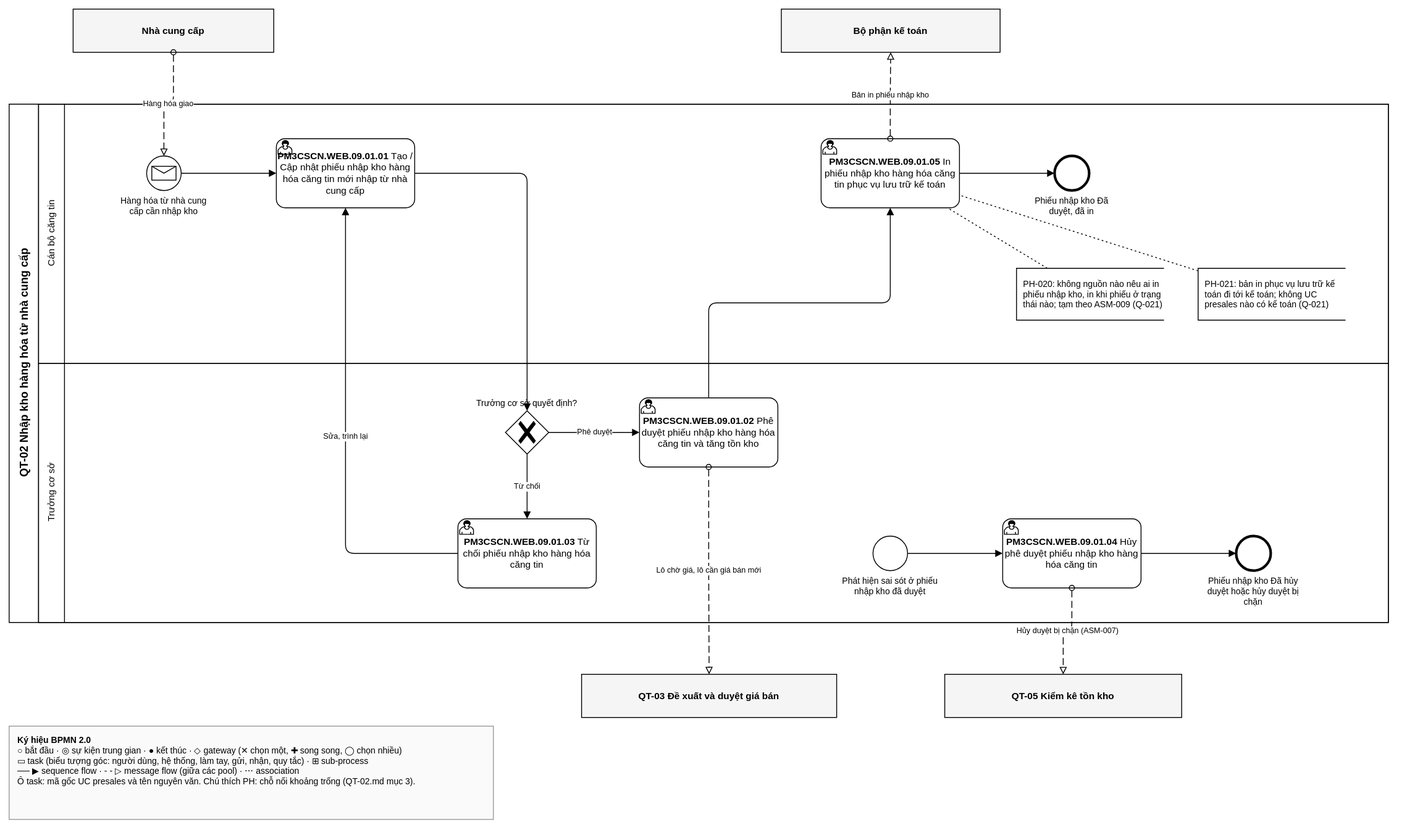
phongnq12/StudyPM3 keeps this draw.io diagram as 1-ba-init/0-dau-vao/ban-do-quy-trinh/cap-2/QT-02-nhap-kho/QT-02.drawio.svg. Above is the earlier version. Source tidied: cells renumbered, new cells last; positions are measured from the earlier drawing's top-left corner, leaving out a move shared by most shapes.
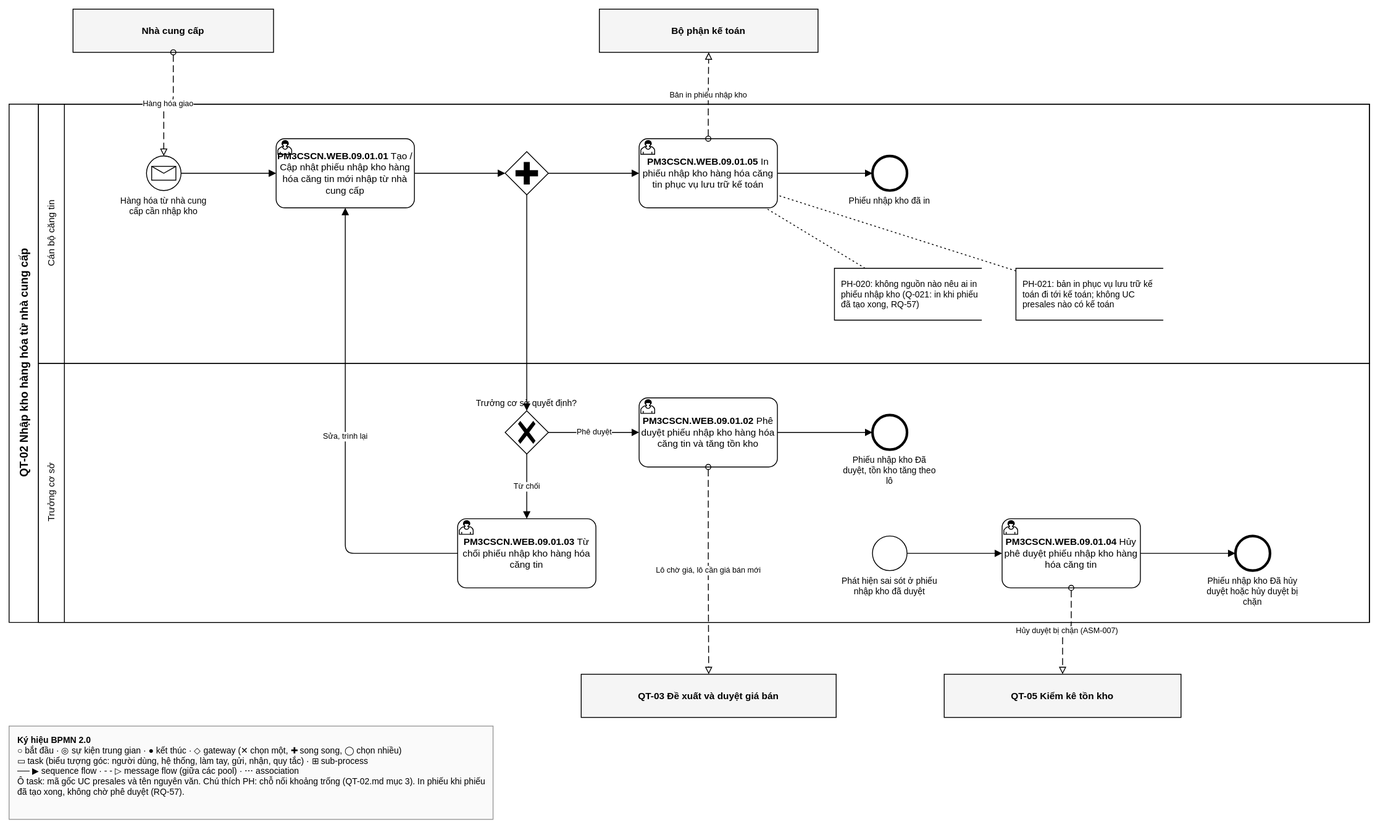
Later version of the same file.

Change to the diagram source:
```diff
@@ -6,13 +6,13 @@
       <mxGeometry x="74" width="232" height="50" as="geometry" />
     </mxCell>
     <mxCell id="3" value="Bộ phận kế toán" style="rounded=0;whiteSpace=wrap;html=1;fillColor=#f5f5f5;strokeColor=#000000;fontSize=11;fontStyle=1;bpmn=blackpool;" parent="1" vertex="1">
-      <mxGeometry x="893" width="253" height="50" as="geometry" />
+      <mxGeometry x="683" width="253" height="50" as="geometry" />
     </mxCell>
     <mxCell id="4" value="QT-02 Nhập kho hàng hóa từ nhà cung cấp" style="swimlane;html=1;horizontal=0;startSize=34;fillColor=none;fontSize=13;fontStyle=1;bpmn=pool;" parent="1" vertex="1">
-      <mxGeometry y="110" width="1595" height="600" as="geometry" />
+      <mxGeometry y="110" width="1574" height="600" as="geometry" />
     </mxCell>
     <mxCell id="5" value="Cán bộ căng tin" style="swimlane;html=1;horizontal=0;startSize=30;fillColor=none;fontSize=11;fontStyle=0;bpmn=lane;" parent="4" vertex="1">
-      <mxGeometry x="34" width="1561" height="300" as="geometry" />
+      <mxGeometry x="34" width="1540" height="300" as="geometry" />
     </mxCell>
     <mxCell id="6" value="Hàng hóa từ nhà cung cấp cần nhập kho" style="shape=mxgraph.bpmn.event;html=1;verticalLabelPosition=bottom;verticalAlign=top;align=center;whiteSpace=wrap;perimeter=ellipsePerimeter;outlineConnect=0;fontSize=10;labelWidth=110;outline=standard;symbol=message;bpmn=start:message:;" parent="5" vertex="1">
       <mxGeometry x="125" y="60" width="40" height="40" as="geometry" />
@@ -20,20 +20,23 @@
     <mxCell id="7" value="&lt;b&gt;PM3CSCN.WEB.09.01.01&lt;/b&gt; Tạo / Cập nhật phiếu nhập kho hàng hóa căng tin mới nhập từ nhà cung cấp" style="shape=mxgraph.bpmn.task;whiteSpace=wrap;html=1;rectStyle=rounded;size=10;fontSize=11;verticalAlign=middle;fillColor=#ffffff;strokeColor=#000000;taskMarker=user;bpmn=task:user;" parent="5" vertex="1">
       <mxGeometry x="275" y="40" width="160" height="80" as="geometry" />
     </mxCell>
+    <mxCell id="37" style="shape=mxgraph.bpmn.gateway2;html=1;verticalLabelPosition=top;verticalAlign=bottom;align=center;whiteSpace=wrap;perimeter=rhombusPerimeter;outlineConnect=0;fontSize=10;labelWidth=130;outline=none;symbol=none;gwType=parallel;bpmn=gateway:and;" parent="5" vertex="1">
+      <mxGeometry x="540" y="55" width="50" height="50" as="geometry" />
+    </mxCell>
     <mxCell id="8" value="&lt;b&gt;PM3CSCN.WEB.09.01.05&lt;/b&gt; In phiếu nhập kho hàng hóa căng tin phục vụ lưu trữ kế toán" style="shape=mxgraph.bpmn.task;whiteSpace=wrap;html=1;rectStyle=rounded;size=10;fontSize=11;verticalAlign=middle;fillColor=#ffffff;strokeColor=#000000;taskMarker=user;bpmn=task:user;" parent="5" vertex="1">
-      <mxGeometry x="905" y="40" width="160" height="80" as="geometry" />
+      <mxGeometry x="695" y="40" width="160" height="80" as="geometry" />
     </mxCell>
-    <mxCell id="9" value="Phiếu nhập kho Đã duyệt, đã in" style="shape=mxgraph.bpmn.event;html=1;verticalLabelPosition=bottom;verticalAlign=top;align=center;whiteSpace=wrap;perimeter=ellipsePerimeter;outlineConnect=0;fontSize=10;labelWidth=110;outline=end;symbol=general;bpmn=end:none:;" parent="5" vertex="1">
-      <mxGeometry x="1175" y="60" width="40" height="40" as="geometry" />
-    </mxCell>
+    <mxCell id="38" value="Phiếu nhập kho đã in" style="shape=mxgraph.bpmn.event;html=1;verticalLabelPosition=bottom;verticalAlign=top;align=center;whiteSpace=wrap;perimeter=ellipsePerimeter;outlineConnect=0;fontSize=10;labelWidth=110;outline=end;symbol=general;bpmn=end:none:;" parent="5" vertex="1">
+      <mxGeometry x="965" y="60" width="40" height="40" as="geometry" />
+    </mxCell>
-    <mxCell id="10" value="PH-020: không nguồn nào nêu ai in phiếu nhập kho, in khi phiếu ở trạng thái nào; tạm theo ASM-009 (Q-021)" style="shape=partialRectangle;html=1;top=1;left=1;bottom=1;right=0;fillColor=none;align=left;verticalAlign=middle;spacingLeft=6;whiteSpace=wrap;fontSize=10;bpmn=note;" parent="5" vertex="1">
-      <mxGeometry x="1131" y="190" width="170" height="60" as="geometry" />
+    <mxCell id="10" value="PH-020: không nguồn nào nêu ai in phiếu nhập kho (Q-021: in khi phiếu đã tạo xong, RQ-57)" style="shape=partialRectangle;html=1;top=1;left=1;bottom=1;right=0;fillColor=none;align=left;verticalAlign=middle;spacingLeft=6;whiteSpace=wrap;fontSize=10;bpmn=note;" parent="5" vertex="1">
+      <mxGeometry x="921" y="190" width="170" height="60" as="geometry" />
     </mxCell>
-    <mxCell id="11" value="PH-021: bản in phục vụ lưu trữ kế toán đi tới kế toán; không UC presales nào có kế toán (Q-021)" style="shape=partialRectangle;html=1;top=1;left=1;bottom=1;right=0;fillColor=none;align=left;verticalAlign=middle;spacingLeft=6;whiteSpace=wrap;fontSize=10;bpmn=note;" parent="5" vertex="1">
-      <mxGeometry x="1341" y="190" width="170" height="60" as="geometry" />
+    <mxCell id="11" value="PH-021: bản in phục vụ lưu trữ kế toán đi tới kế toán; không UC presales nào có kế toán" style="shape=partialRectangle;html=1;top=1;left=1;bottom=1;right=0;fillColor=none;align=left;verticalAlign=middle;spacingLeft=6;whiteSpace=wrap;fontSize=10;bpmn=note;" parent="5" vertex="1">
+      <mxGeometry x="1131" y="190" width="170" height="60" as="geometry" />
     </mxCell>
     <mxCell id="12" value="Trưởng cơ sở" style="swimlane;html=1;horizontal=0;startSize=30;fillColor=none;fontSize=11;fontStyle=0;bpmn=lane;" parent="4" vertex="1">
-      <mxGeometry x="34" y="300" width="1561" height="300" as="geometry" />
+      <mxGeometry x="34" y="300" width="1540" height="300" as="geometry" />
     </mxCell>
     <mxCell id="13" value="Trưởng cơ sở quyết định?" style="shape=mxgraph.bpmn.gateway2;html=1;verticalLabelPosition=top;verticalAlign=bottom;align=center;whiteSpace=wrap;perimeter=rhombusPerimeter;outlineConnect=0;fontSize=10;labelWidth=130;outline=none;symbol=none;gwType=exclusive;bpmn=gateway:xor;" parent="12" vertex="1">
       <mxGeometry x="540" y="55" width="50" height="50" as="geometry" />
@@ -41,6 +44,9 @@
     <mxCell id="14" value="&lt;b&gt;PM3CSCN.WEB.09.01.02&lt;/b&gt; Phê duyệt phiếu nhập kho hàng hóa căng tin và tăng tồn kho" style="shape=mxgraph.bpmn.task;whiteSpace=wrap;html=1;rectStyle=rounded;size=10;fontSize=11;verticalAlign=middle;fillColor=#ffffff;strokeColor=#000000;taskMarker=user;bpmn=task:user;" parent="12" vertex="1">
       <mxGeometry x="695" y="40" width="160" height="80" as="geometry" />
     </mxCell>
+    <mxCell id="9" value="Phiếu nhập kho Đã duyệt, tồn kho tăng theo lô" style="shape=mxgraph.bpmn.event;html=1;verticalLabelPosition=bottom;verticalAlign=top;align=center;whiteSpace=wrap;perimeter=ellipsePerimeter;outlineConnect=0;fontSize=10;labelWidth=110;outline=end;symbol=general;bpmn=end:none:;" parent="12" vertex="1">
+      <mxGeometry x="965" y="60" width="40" height="40" as="geometry" />
+    </mxCell>
     <mxCell id="15" value="&lt;b&gt;PM3CSCN.WEB.09.01.03&lt;/b&gt; Từ chối phiếu nhập kho hàng hóa căng tin" style="shape=mxgraph.bpmn.task;whiteSpace=wrap;html=1;rectStyle=rounded;size=10;fontSize=11;verticalAlign=middle;fillColor=#ffffff;strokeColor=#000000;taskMarker=user;bpmn=task:user;" parent="12" vertex="1">
       <mxGeometry x="485" y="180" width="160" height="80" as="geometry" />
     </mxCell>
@@ -65,46 +71,52 @@
     <mxCell id="22" style="edgeStyle=orthogonalEdgeStyle;rounded=1;html=1;endArrow=block;endFill=1;fontSize=9;labelBackgroundColor=#ffffff;bpmn=seq;" parent="1" edge="1" source="6" target="7">
       <mxGeometry relative="1" as="geometry" />
     </mxCell>
-    <mxCell id="23" style="edgeStyle=orthogonalEdgeStyle;rounded=1;html=1;endArrow=block;endFill=1;fontSize=9;labelBackgroundColor=#ffffff;exitX=1;exitY=0.5;exitDx=0;exitDy=0;entryX=0.5;entryY=0;entryDx=0;entryDy=0;bpmn=seq;" parent="1" edge="1" source="7" target="13">
+    <mxCell id="23" style="edgeStyle=orthogonalEdgeStyle;rounded=1;html=1;endArrow=block;endFill=1;fontSize=9;labelBackgroundColor=#ffffff;bpmn=seq;" parent="1" edge="1" source="7" target="37">
       <mxGeometry relative="1" as="geometry" />
     </mxCell>
-    <mxCell id="24" value="Phê duyệt" style="edgeStyle=orthogonalEdgeStyle;rounded=1;html=1;endArrow=block;endFill=1;fontSize=9;labelBackgroundColor=#ffffff;bpmn=seq;" parent="1" edge="1" source="13" target="14">
+    <mxCell id="24" style="edgeStyle=orthogonalEdgeStyle;rounded=1;html=1;endArrow=block;endFill=1;fontSize=9;labelBackgroundColor=#ffffff;bpmn=seq;" parent="1" edge="1" source="37" target="8">
       <mxGeometry relative="1" as="geometry" />
     </mxCell>
-    <mxCell id="25" value="Từ chối" style="edgeStyle=orthogonalEdgeStyle;rounded=1;html=1;endArrow=block;endFill=1;fontSize=9;labelBackgroundColor=#ffffff;exitX=0.5;exitY=1;exitDx=0;exitDy=0;entryX=0.5;entryY=0;entryDx=0;entryDy=0;bpmn=seq;" parent="1" edge="1" source="13" target="15">
+    <mxCell id="25" style="edgeStyle=orthogonalEdgeStyle;rounded=1;html=1;endArrow=block;endFill=1;fontSize=9;labelBackgroundColor=#ffffff;bpmn=seq;" parent="1" edge="1" source="8" target="38">
       <mxGeometry relative="1" as="geometry" />
     </mxCell>
-    <mxCell id="26" value="Sửa, trình lại" style="edgeStyle=orthogonalEdgeStyle;rounded=1;html=1;endArrow=block;endFill=1;fontSize=9;labelBackgroundColor=#ffffff;exitX=0;exitY=0.5;exitDx=0;exitDy=0;entryX=0.5;entryY=1;entryDx=0;entryDy=0;bpmn=seq;" parent="1" edge="1" source="15" target="7">
+    <mxCell id="26" style="edgeStyle=orthogonalEdgeStyle;rounded=1;html=1;endArrow=block;endFill=1;fontSize=9;labelBackgroundColor=#ffffff;exitX=0.5;exitY=1;exitDx=0;exitDy=0;entryX=0.5;entryY=0;entryDx=0;entryDy=0;bpmn=seq;" parent="1" edge="1" source="37" target="13">
       <mxGeometry relative="1" as="geometry" />
     </mxCell>
-    <mxCell id="27" style="edgeStyle=orthogonalEdgeStyle;rounded=1;html=1;endArrow=block;endFill=1;fontSize=9;labelBackgroundColor=#ffffff;exitX=0.5;exitY=0;exitDx=0;exitDy=0;entryX=0.5;entryY=1;entryDx=0;entryDy=0;bpmn=seq;" parent="1" edge="1" source="14" target="8">
+    <mxCell id="27" value="Phê duyệt" style="edgeStyle=orthogonalEdgeStyle;rounded=1;html=1;endArrow=block;endFill=1;fontSize=9;labelBackgroundColor=#ffffff;bpmn=seq;" parent="1" edge="1" source="13" target="14">
       <mxGeometry relative="1" as="geometry" />
     </mxCell>
-    <mxCell id="28" style="edgeStyle=orthogonalEdgeStyle;rounded=1;html=1;endArrow=block;endFill=1;fontSize=9;labelBackgroundColor=#ffffff;bpmn=seq;" parent="1" edge="1" source="8" target="9">
+    <mxCell id="28" value="Từ chối" style="edgeStyle=orthogonalEdgeStyle;rounded=1;html=1;endArrow=block;endFill=1;fontSize=9;labelBackgroundColor=#ffffff;exitX=0.5;exitY=1;exitDx=0;exitDy=0;entryX=0.5;entryY=0;entryDx=0;entryDy=0;bpmn=seq;" parent="1" edge="1" source="13" target="15">
       <mxGeometry relative="1" as="geometry" />
     </mxCell>
-    <mxCell id="29" style="edgeStyle=orthogonalEdgeStyle;rounded=1;html=1;endArrow=block;endFill=1;fontSize=9;labelBackgroundColor=#ffffff;bpmn=seq;" parent="1" edge="1" source="16" target="17">
+    <mxCell id="29" value="Sửa, trình lại" style="edgeStyle=orthogonalEdgeStyle;rounded=1;html=1;endArrow=block;endFill=1;fontSize=9;labelBackgroundColor=#ffffff;exitX=0;exitY=0.5;exitDx=0;exitDy=0;entryX=0.5;entryY=1;entryDx=0;entryDy=0;bpmn=seq;" parent="1" edge="1" source="15" target="7">
       <mxGeometry relative="1" as="geometry" />
     </mxCell>
-    <mxCell id="30" style="edgeStyle=orthogonalEdgeStyle;rounded=1;html=1;endArrow=block;endFill=1;fontSize=9;labelBackgroundColor=#ffffff;bpmn=seq;" parent="1" edge="1" source="17" target="18">
+    <mxCell id="30" style="edgeStyle=orthogonalEdgeStyle;rounded=1;html=1;endArrow=block;endFill=1;fontSize=9;labelBackgroundColor=#ffffff;bpmn=seq;" parent="1" edge="1" source="14" target="9">
       <mxGeometry relative="1" as="geometry" />
     </mxCell>
-    <mxCell id="31" value="Bản in phiếu nhập kho" style="edgeStyle=orthogonalEdgeStyle;rounded=1;html=1;dashed=1;dashPattern=8 4;endArrow=block;endFill=0;startArrow=oval;startFill=0;fontSize=9;labelBackgroundColor=#ffffff;exitX=0.5;exitY=0;exitDx=0;exitDy=0;bpmn=message;" parent="1" edge="1" source="8" target="3">
+    <mxCell id="31" style="edgeStyle=orthogonalEdgeStyle;rounded=1;html=1;endArrow=block;endFill=1;fontSize=9;labelBackgroundColor=#ffffff;bpmn=seq;" parent="1" edge="1" source="16" target="17">
       <mxGeometry relative="1" as="geometry" />
     </mxCell>
-    <mxCell id="32" value="Lô chờ giá, lô cần giá bán mới" style="edgeStyle=orthogonalEdgeStyle;rounded=1;html=1;dashed=1;dashPattern=8 4;endArrow=block;endFill=0;startArrow=oval;startFill=0;fontSize=9;labelBackgroundColor=#ffffff;exitX=0.5;exitY=1;exitDx=0;exitDy=0;bpmn=message;" parent="1" edge="1" source="14" target="19">
+    <mxCell id="32" style="edgeStyle=orthogonalEdgeStyle;rounded=1;html=1;endArrow=block;endFill=1;fontSize=9;labelBackgroundColor=#ffffff;bpmn=seq;" parent="1" edge="1" source="17" target="18">
       <mxGeometry relative="1" as="geometry" />
     </mxCell>
-    <mxCell id="33" value="Hủy duyệt bị chặn (ASM-007)" style="edgeStyle=orthogonalEdgeStyle;rounded=1;html=1;dashed=1;dashPattern=8 4;endArrow=block;endFill=0;startArrow=oval;startFill=0;fontSize=9;labelBackgroundColor=#ffffff;exitX=0.5;exitY=1;exitDx=0;exitDy=0;bpmn=message;" parent="1" edge="1" source="17" target="20">
+    <mxCell id="33" value="Bản in phiếu nhập kho" style="edgeStyle=orthogonalEdgeStyle;rounded=1;html=1;dashed=1;dashPattern=8 4;endArrow=block;endFill=0;startArrow=oval;startFill=0;fontSize=9;labelBackgroundColor=#ffffff;exitX=0.5;exitY=0;exitDx=0;exitDy=0;bpmn=message;" parent="1" edge="1" source="8" target="3">
       <mxGeometry relative="1" as="geometry" />
     </mxCell>
-    <mxCell id="34" style="edgeStyle=none;html=1;dashed=1;dashPattern=2 3;endArrow=none;fontSize=9;bpmn=assoc;" parent="1" edge="1" source="10" target="8">
+    <mxCell id="34" value="Lô chờ giá, lô cần giá bán mới" style="edgeStyle=orthogonalEdgeStyle;rounded=1;html=1;dashed=1;dashPattern=8 4;endArrow=block;endFill=0;startArrow=oval;startFill=0;fontSize=9;labelBackgroundColor=#ffffff;exitX=0.5;exitY=1;exitDx=0;exitDy=0;bpmn=message;" parent="1" edge="1" source="14" target="19">
       <mxGeometry relative="1" as="geometry" />
     </mxCell>
-    <mxCell id="35" style="edgeStyle=none;html=1;dashed=1;dashPattern=2 3;endArrow=none;fontSize=9;bpmn=assoc;" parent="1" edge="1" source="11" target="8">
+    <mxCell id="35" value="Hủy duyệt bị chặn (ASM-007)" style="edgeStyle=orthogonalEdgeStyle;rounded=1;html=1;dashed=1;dashPattern=8 4;endArrow=block;endFill=0;startArrow=oval;startFill=0;fontSize=9;labelBackgroundColor=#ffffff;exitX=0.5;exitY=1;exitDx=0;exitDy=0;bpmn=message;" parent="1" edge="1" source="17" target="20">
       <mxGeometry relative="1" as="geometry" />
     </mxCell>
+    <mxCell id="39" style="edgeStyle=none;html=1;dashed=1;dashPattern=2 3;endArrow=none;fontSize=9;bpmn=assoc;" parent="1" edge="1" source="10" target="8">
+      <mxGeometry relative="1" as="geometry" />
+    </mxCell>
+    <mxCell id="40" style="edgeStyle=none;html=1;dashed=1;dashPattern=2 3;endArrow=none;fontSize=9;bpmn=assoc;" parent="1" edge="1" source="11" target="8">
+      <mxGeometry relative="1" as="geometry" />
+    </mxCell>
-    <mxCell id="36" value="&lt;b&gt;Ký hiệu BPMN 2.0&lt;/b&gt;&lt;br&gt;○ bắt đầu · ◎ sự kiện trung gian · ● kết thúc · ◇ gateway (✕ chọn một, ✚ song song, ◯ chọn nhiều)&lt;br&gt;▭ task (biểu tượng góc: người dùng, hệ thống, làm tay, gửi, nhận, quy tắc) · ⊞ sub-process&lt;br&gt;── ▶ sequence flow · - - ▷ message flow (giữa các pool) · ⋯ association&lt;br&gt;Ô task: mã gốc UC presales và tên nguyên văn. Chú thích PH: chỗ nối khoảng trống (QT-02.md mục 3)." style="rounded=0;whiteSpace=wrap;html=1;align=left;verticalAlign=top;spacingLeft=8;spacingTop=4;fontSize=10;fillColor=#fafafa;strokeColor=#999999;bpmn=legend;" parent="1" vertex="1">
+    <mxCell id="36" value="&lt;b&gt;Ký hiệu BPMN 2.0&lt;/b&gt;&lt;br&gt;○ bắt đầu · ◎ sự kiện trung gian · ● kết thúc · ◇ gateway (✕ chọn một, ✚ song song, ◯ chọn nhiều)&lt;br&gt;▭ task (biểu tượng góc: người dùng, hệ thống, làm tay, gửi, nhận, quy tắc) · ⊞ sub-process&lt;br&gt;── ▶ sequence flow · - - ▷ message flow (giữa các pool) · ⋯ association&lt;br&gt;Ô task: mã gốc UC presales và tên nguyên văn. Chú thích PH: chỗ nối khoảng trống (QT-02.md mục 3). In phiếu khi phiếu đã tạo xong, không chờ phê duyệt (RQ-57)." style="rounded=0;whiteSpace=wrap;html=1;align=left;verticalAlign=top;spacingLeft=8;spacingTop=4;fontSize=10;fillColor=#fafafa;strokeColor=#999999;bpmn=legend;" parent="1" vertex="1">
       <mxGeometry y="830" width="560" height="108" as="geometry" />
     </mxCell>
   </root>
```
